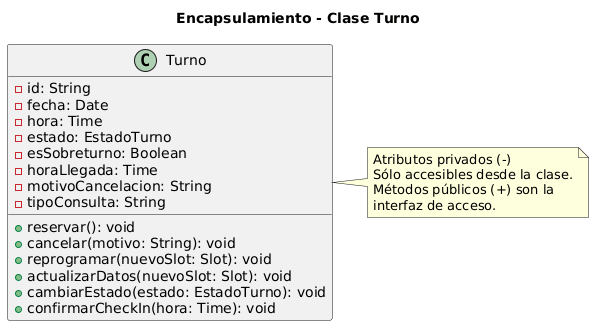
Before: diagramas/01-diagrama-clases/capturas-pilares/poo-encapsulamiento-ejemplo-3.png, a diagram exported from PlantUML (Purezaamor/SistemaTurnosMedicos).
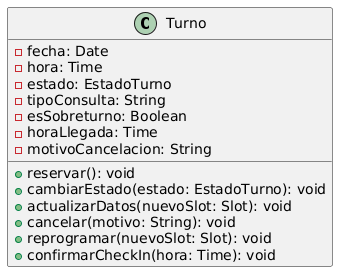
After the change.

Commit message:
fix: corregir RC1 y RC3 - imagen de encapsulamiento sin id y sintaxis Java en herencia

What changed in the source:
```diff
@@ -1,27 +1,17 @@
 @startuml
-title Encapsulamiento - Clase Turno
-
 class Turno {
-  - id: String
   - fecha: Date
   - hora: Time
   - estado: EstadoTurno
+  - tipoConsulta: String
   - esSobreturno: Boolean
   - horaLlegada: Time
   - motivoCancelacion: String
-  - tipoConsulta: String
   + reservar(): void
+  + cambiarEstado(estado: EstadoTurno): void
+  + actualizarDatos(nuevoSlot: Slot): void
   + cancelar(motivo: String): void
   + reprogramar(nuevoSlot: Slot): void
-  + actualizarDatos(nuevoSlot: Slot): void
-  + cambiarEstado(estado: EstadoTurno): void
   + confirmarCheckIn(hora: Time): void
 }
-
-note right of Turno
-  Atributos privados (-)
-  Sólo accesibles desde la clase.
-  Métodos públicos (+) son la
-  interfaz de acceso.
-end note
 @enduml
```
